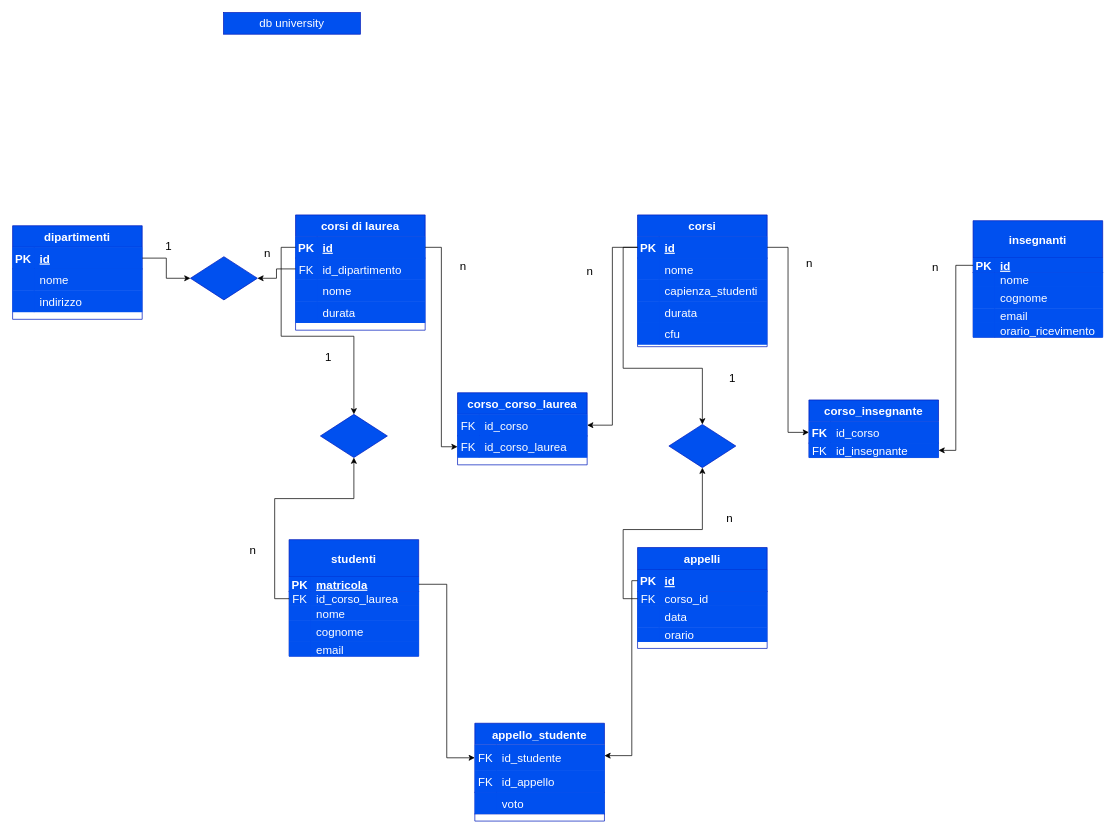
Before: db-university.drawio in Amreal-Lamanera/db-university, a draw.io diagram. Source tidied: cells renumbered, new cells numbered last; positions are measured from the earlier drawing's top-left corner, leaving out a move shared by most shapes. Both pictures are drawn from the tidied source at 72%, with x=0, y=0 at pixel (12, 12).
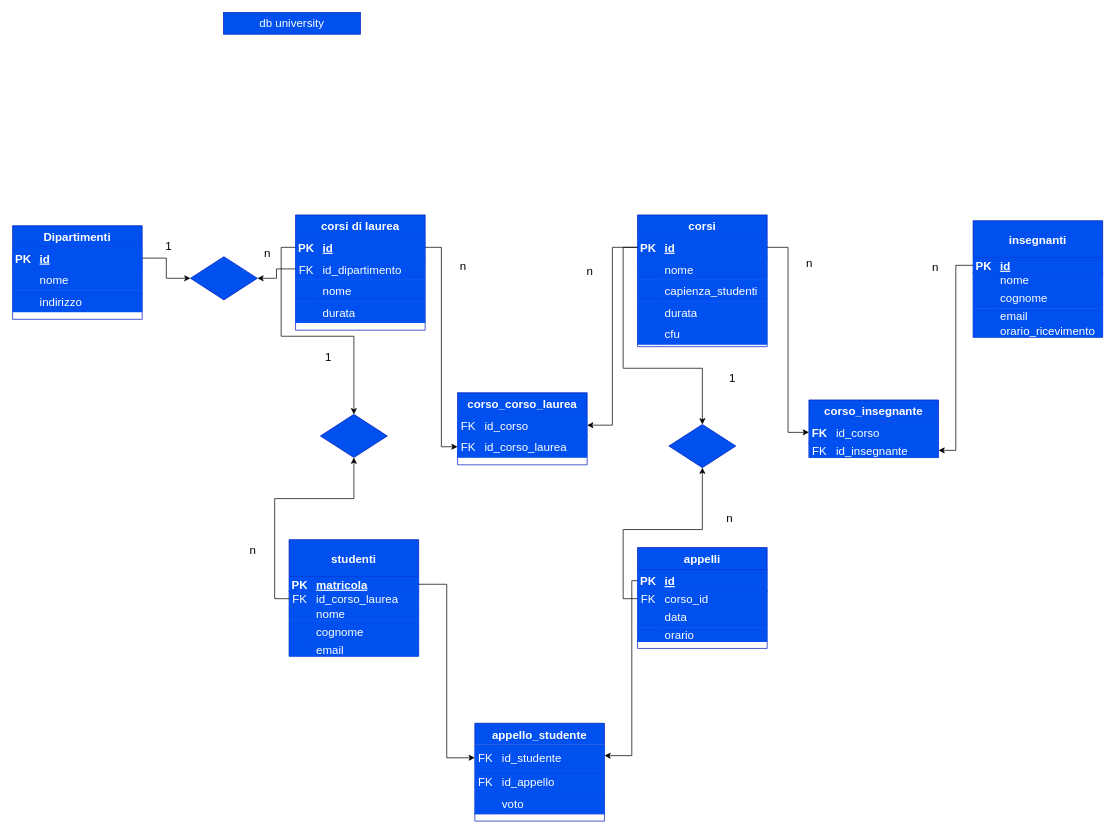
Above is the later version.

Diff of the diagram source:
```diff
@@
-    <mxCell id="2" value="dipartimenti" style="shape=table;startSize=30;childLayout=tableLayout;rowLines=0;fontStyle=1;align=center;fontSize=16;fillColor=#0050ef;fontColor=#ffffff;strokeColor=#001DBC;" parent="1" vertex="1">
+    <mxCell id="2" value="Dipartimenti" style="shape=table;startSize=30;childLayout=tableLayout;rowLines=0;fontStyle=1;align=center;fontSize=16;fillColor=#0050ef;fontColor=#ffffff;strokeColor=#001DBC;" parent="1" vertex="1">
       <mxGeometry y="296" width="180" height="130" as="geometry" />
     </mxCell>
```
